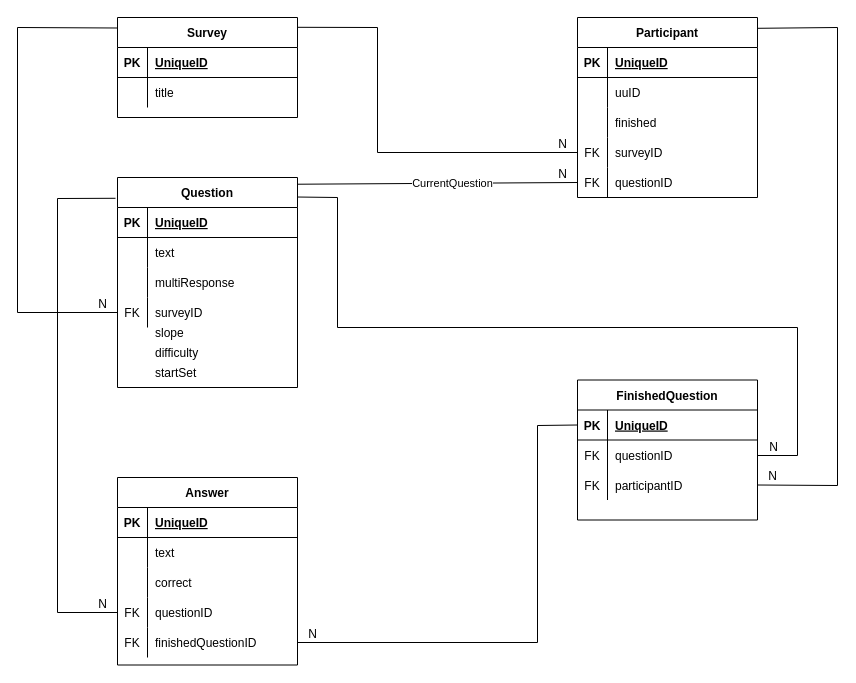
Before: docs/database.drawio in SATOCA/SATOCA, a draw.io diagram. Source tidied: cells renumbered, new cells numbered last; positions are measured from the earlier drawing's top-left corner, leaving out a move shared by most shapes. Both pictures are drawn from the tidied source at 100%, with x=0, y=0 at pixel (17, 17).
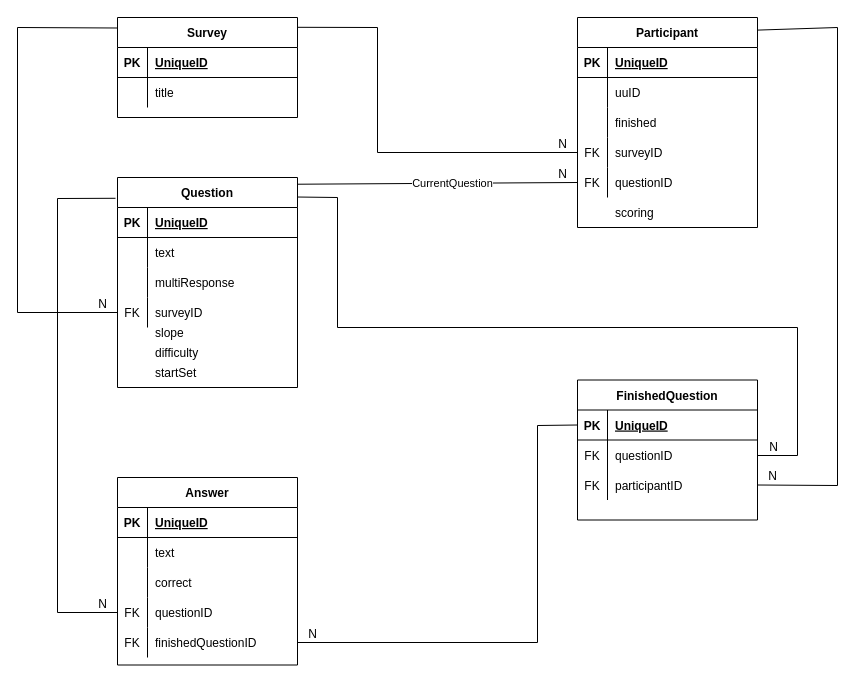
The same diagram, later.

Commit message (it also covers changes not shown here):
add scoring value to participant

What changed in the source:
```diff
@@
     <mxCell id="25" value="Participant" style="shape=table;startSize=30;childLayout=tableLayout;rowLines=0;fontStyle=1;align=center;" parent="1" vertex="1">
-      <mxGeometry x="560" width="180" height="180" as="geometry" />
+      <mxGeometry x="560" width="180" height="210" as="geometry" />
     </mxCell>
@@
+    <mxCell id="82" value="scoring" style="shape=partialRectangle;fillColor=none;top=0;left=0;bottom=0;right=0;align=left;spacingLeft=6;overflow=hidden;" parent="1" vertex="1">
+      <mxGeometry x="590" y="180" width="150" height="30" as="geometry" />
+    </mxCell>
```
